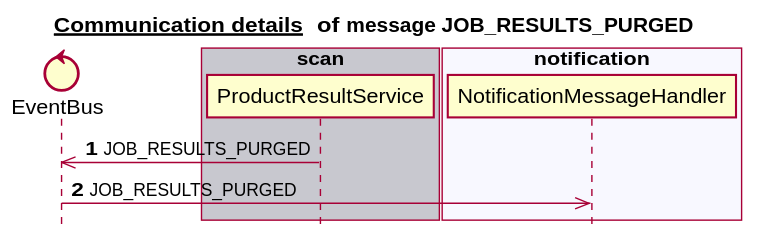
The PlantUML diagram docs/latest/images/gen_domain_messaging_job_results_purged.svg in mercedes-benz/sechub, before a commit.
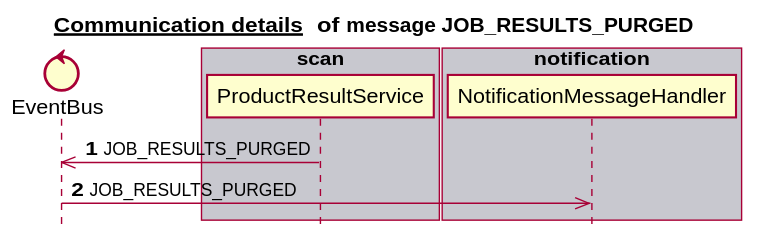
After the change.

Diff of the diagram source:
```diff
@@ -11,12 +11,12 @@
 end box
 box "schedule" #F8F8FF
 end box
-box "authorization" #C8C8CF
+box "administration" #C8C8CF
 end box
-box "notification" #F8F8FF
+box "authorization" #F8F8FF
+end box
+box "notification" #C8C8CF
    participant NotificationMessageHandler
-end box
-box "administration" #C8C8CF
 end box
 autonumber 1
 ProductResultService ->> EventBus:JOB_RESULTS_PURGED
```
